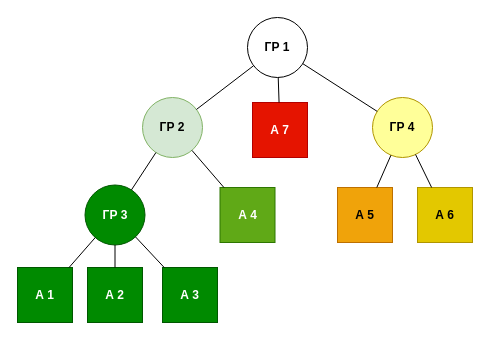
The draw.io diagram slides/assets/tree.drawio in Jarozin/diplom, before the edit. Source tidied: cells renumbered, new cells numbered last; positions are measured from the earlier drawing's top-left corner, leaving out a move shared by most shapes. Both pictures are drawn from the tidied source at 100%, with x=0, y=0 at pixel (17, 17).
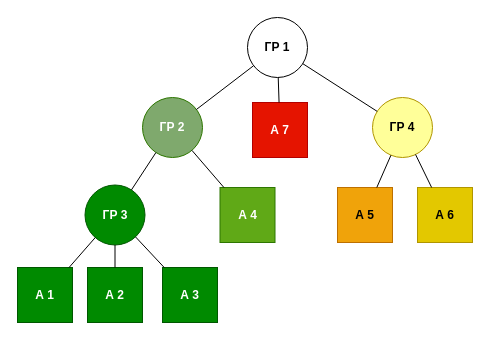
After the change.

What changed in the source:
```diff
@@
-    <mxCell id="3" value="ГР 2" style="ellipse;whiteSpace=wrap;html=1;fillColor=#d5e8d4;strokeColor=#82b366;fontStyle=1;" parent="1" vertex="1">
+    <mxCell id="3" value="ГР 2" style="ellipse;whiteSpace=wrap;html=1;fillColor=#7FA96D;strokeColor=#2D7600;fontStyle=1;fontColor=#ffffff;" parent="1" vertex="1">
       <mxGeometry x="125" y="80" width="60" height="60" as="geometry" />
     </mxCell>
```
